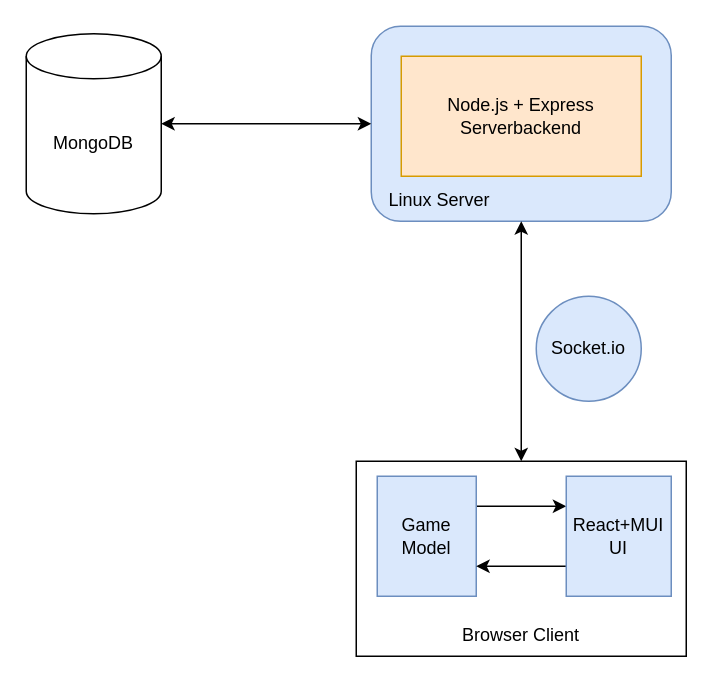
Before: sys-doc/techstack.drawio in cyberlytics/RacingLines, a draw.io diagram. Source tidied: cells renumbered, new cells numbered last; positions are measured from the earlier drawing's top-left corner, leaving out a move shared by most shapes. Both pictures are drawn from the tidied source at 150%, with x=0, y=0 at pixel (26, 26).
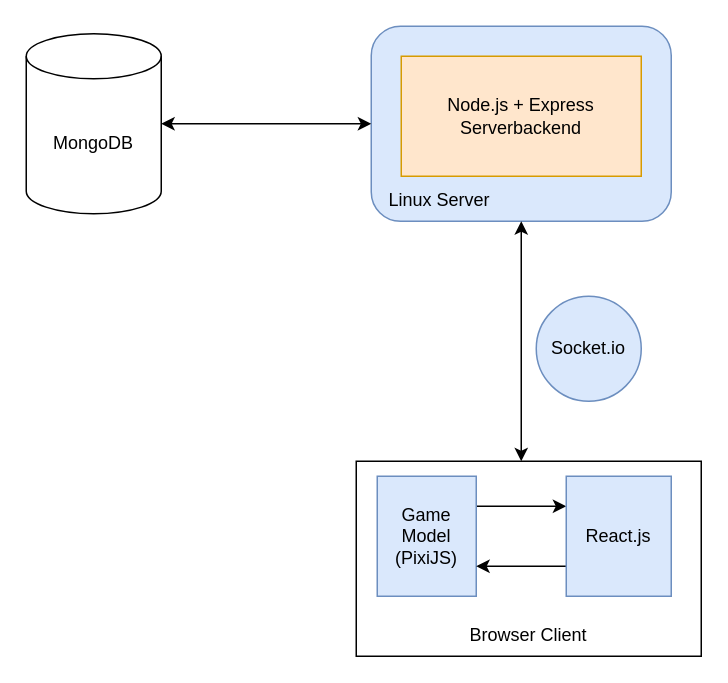
The same diagram, later.

Commit message (it also covers changes not shown here):
Changed Techstack diagram to include PixiJS; added gitignore to ignore files from Webstorm

Diff of the diagram source:
```diff
@@
 <mxGraphModel>
   <root>
     <mxCell id="0" />
     <mxCell id="1" parent="0" />
     <mxCell id="2" value="&lt;br&gt;&lt;br&gt;&lt;br&gt;&lt;br&gt;&lt;br&gt;&amp;nbsp; &amp;nbsp; &amp;nbsp; &amp;nbsp;&lt;br&gt;&lt;br&gt;&amp;nbsp; &amp;nbsp;Linux Server" style="rounded=1;whiteSpace=wrap;html=1;align=left;fillColor=#dae8fc;strokeColor=#6c8ebf;" parent="1" vertex="1">
       <mxGeometry x="230" width="200" height="130" as="geometry" />
     </mxCell>
     <mxCell id="3" value="Node.js + Express&lt;br&gt;Serverbackend" style="rounded=0;whiteSpace=wrap;html=1;fillColor=#ffe6cc;strokeColor=#d79b00;" parent="1" vertex="1">
       <mxGeometry x="250" y="20" width="160" height="80" as="geometry" />
     </mxCell>
     <mxCell id="4" value="Socket.io" style="ellipse;whiteSpace=wrap;html=1;fillColor=#dae8fc;strokeColor=#6c8ebf;" parent="1" vertex="1">
       <mxGeometry x="340" y="180" width="70" height="70" as="geometry" />
     </mxCell>
     <mxCell id="5" style="edgeStyle=orthogonalEdgeStyle;rounded=0;jettySize=auto;html=1;entryX=0.5;entryY=1;entryDx=0;entryDy=0;startArrow=classic;startFill=1;" parent="1" edge="1" source="6" target="2">
-      <mxGeometry relative="1" as="geometry" />
+      <mxGeometry relative="1" as="geometry">
+        <Array as="points">
+          <mxPoint x="330" y="180" />
+          <mxPoint x="330" y="180" />
+        </Array>
+      </mxGeometry>
     </mxCell>
     <mxCell id="6" value="&lt;br&gt;&lt;br&gt;&lt;br&gt;&lt;br&gt;&lt;br&gt;&lt;br&gt;&lt;br&gt;Browser Client" style="rounded=0;whiteSpace=wrap;html=1;" parent="1" vertex="1">
-      <mxGeometry x="220" y="290" width="220" height="130" as="geometry" />
+      <mxGeometry x="220" y="290" width="230" height="130" as="geometry" />
     </mxCell>
     <mxCell id="7" style="edgeStyle=orthogonalEdgeStyle;rounded=0;jettySize=auto;html=1;" parent="1" edge="1" source="8" target="10">
       <mxGeometry relative="1" as="geometry">
         <Array as="points">
           <mxPoint x="340" y="320" />
           <mxPoint x="340" y="320" />
         </Array>
       </mxGeometry>
     </mxCell>
-    <mxCell id="8" value="Game&lt;br&gt;Model" style="rounded=0;whiteSpace=wrap;html=1;fillColor=#dae8fc;strokeColor=#6c8ebf;" parent="1" vertex="1">
+    <mxCell id="8" value="Game&lt;br&gt;Model&lt;br&gt;(PixiJS)" style="rounded=0;whiteSpace=wrap;html=1;fillColor=#dae8fc;strokeColor=#6c8ebf;" parent="1" vertex="1">
       <mxGeometry x="234" y="300" width="66" height="80" as="geometry" />
     </mxCell>
     <mxCell id="9" style="edgeStyle=orthogonalEdgeStyle;rounded=0;jettySize=auto;html=1;" parent="1" edge="1" source="10" target="8">
       <mxGeometry relative="1" as="geometry">
         <Array as="points">
           <mxPoint x="330" y="360" />
           <mxPoint x="330" y="360" />
         </Array>
       </mxGeometry>
     </mxCell>
-    <mxCell id="10" value="React+MUI&lt;br&gt;UI" style="rounded=0;whiteSpace=wrap;html=1;fillColor=#dae8fc;strokeColor=#6c8ebf;" parent="1" vertex="1">
+    <mxCell id="10" value="React.js" style="rounded=0;whiteSpace=wrap;html=1;fillColor=#dae8fc;strokeColor=#6c8ebf;" parent="1" vertex="1">
       <mxGeometry x="360" y="300" width="70" height="80" as="geometry" />
     </mxCell>
     <mxCell id="11" style="edgeStyle=orthogonalEdgeStyle;rounded=0;jettySize=auto;html=1;entryX=0;entryY=0.5;entryDx=0;entryDy=0;startArrow=classic;startFill=1;" parent="1" edge="1" source="12" target="2">
       <mxGeometry relative="1" as="geometry" />
     </mxCell>
     <mxCell id="12" value="MongoDB" style="shape=cylinder3;whiteSpace=wrap;html=1;boundedLbl=1;backgroundOutline=1;size=15;" parent="1" vertex="1">
       <mxGeometry y="5" width="90" height="120" as="geometry" />
     </mxCell>
   </root>
 </mxGraphModel>
```
